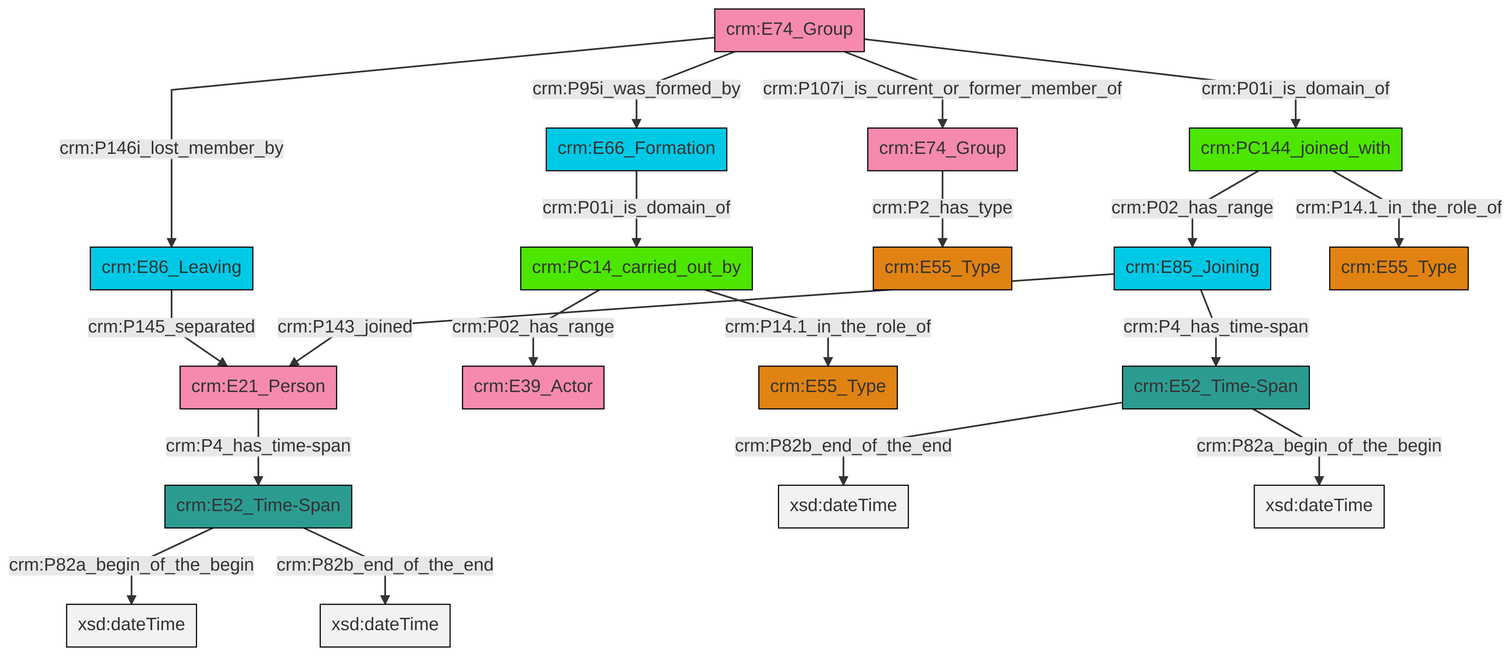
swiss-art-research-net/reference-data-models keeps this Mermaid diagram as et/groupCSV/ttl/mmd/png/group_actor_relations.png. Above is the earlier version. Its source is kept beside it as et/groupCSV/ttl/mmd/group_actor_relations.ttl.mmd. Source of this version:
```mermaid
graph TD
classDef Literal fill:#f2f2f2,stroke:#000000;
classDef CRM_Entity fill:#FFFFFF,stroke:#000000;
classDef Temporal_Entity fill:#00C9E6, stroke:#000000;
classDef Type fill:#E18312, stroke:#000000;
classDef Time-Span fill:#2C9C91, stroke:#000000;
classDef Appellation fill:#FFEB7F, stroke:#000000;
classDef Place fill:#008836, stroke:#000000;
classDef Persistent_Item fill:#B266B2, stroke:#000000;
classDef Conceptual_Object fill:#FFD700, stroke:#000000;
classDef Physical_Thing fill:#D2B48C, stroke:#000000;
classDef Actor fill:#f58aad, stroke:#000000;
classDef PC_Classes fill:#4ce600, stroke:#000000;
classDef Multi fill:#cccccc,stroke:#000000;

0["crm:E21_Person"]:::Actor -->|crm:P4_has_time-span| 1["crm:E52_Time-Span"]:::Time-Span
4["crm:PC14_carried_out_by"]:::PC_Classes -->|crm:P02_has_range| 2["crm:E39_Actor"]:::Actor
5["crm:E86_Leaving"]:::Temporal_Entity -->|crm:P145_separated| 0["crm:E21_Person"]:::Actor
8["crm:E66_Formation"]:::Temporal_Entity -->|crm:P01i_is_domain_of| 4["crm:PC14_carried_out_by"]:::PC_Classes
14["crm:E52_Time-Span"]:::Time-Span -->|crm:P82b_end_of_the_end| 16[xsd:dateTime]:::Literal
12["crm:E74_Group"]:::Actor -->|crm:P107i_is_current_or_former_member_of| 18["crm:E74_Group"]:::Actor
19["crm:PC144_joined_with"]:::PC_Classes -->|crm:P02_has_range| 20["crm:E85_Joining"]:::Temporal_Entity
12["crm:E74_Group"]:::Actor -->|crm:P01i_is_domain_of| 19["crm:PC144_joined_with"]:::PC_Classes
1["crm:E52_Time-Span"]:::Time-Span -->|crm:P82a_begin_of_the_begin| 24[xsd:dateTime]:::Literal
1["crm:E52_Time-Span"]:::Time-Span -->|crm:P82b_end_of_the_end| 25[xsd:dateTime]:::Literal
19["crm:PC144_joined_with"]:::PC_Classes -->|crm:P14.1_in_the_role_of| 26["crm:E55_Type"]:::Type
4["crm:PC14_carried_out_by"]:::PC_Classes -->|crm:P14.1_in_the_role_of| 6["crm:E55_Type"]:::Type
20["crm:E85_Joining"]:::Temporal_Entity -->|crm:P4_has_time-span| 14["crm:E52_Time-Span"]:::Time-Span
20["crm:E85_Joining"]:::Temporal_Entity -->|crm:P143_joined| 0["crm:E21_Person"]:::Actor
12["crm:E74_Group"]:::Actor -->|crm:P95i_was_formed_by| 8["crm:E66_Formation"]:::Temporal_Entity
18["crm:E74_Group"]:::Actor -->|crm:P2_has_type| 10["crm:E55_Type"]:::Type
14["crm:E52_Time-Span"]:::Time-Span -->|crm:P82a_begin_of_the_begin| 33[xsd:dateTime]:::Literal
12["crm:E74_Group"]:::Actor -->|crm:P146i_lost_member_by| 5["crm:E86_Leaving"]:::Temporal_Entity
```
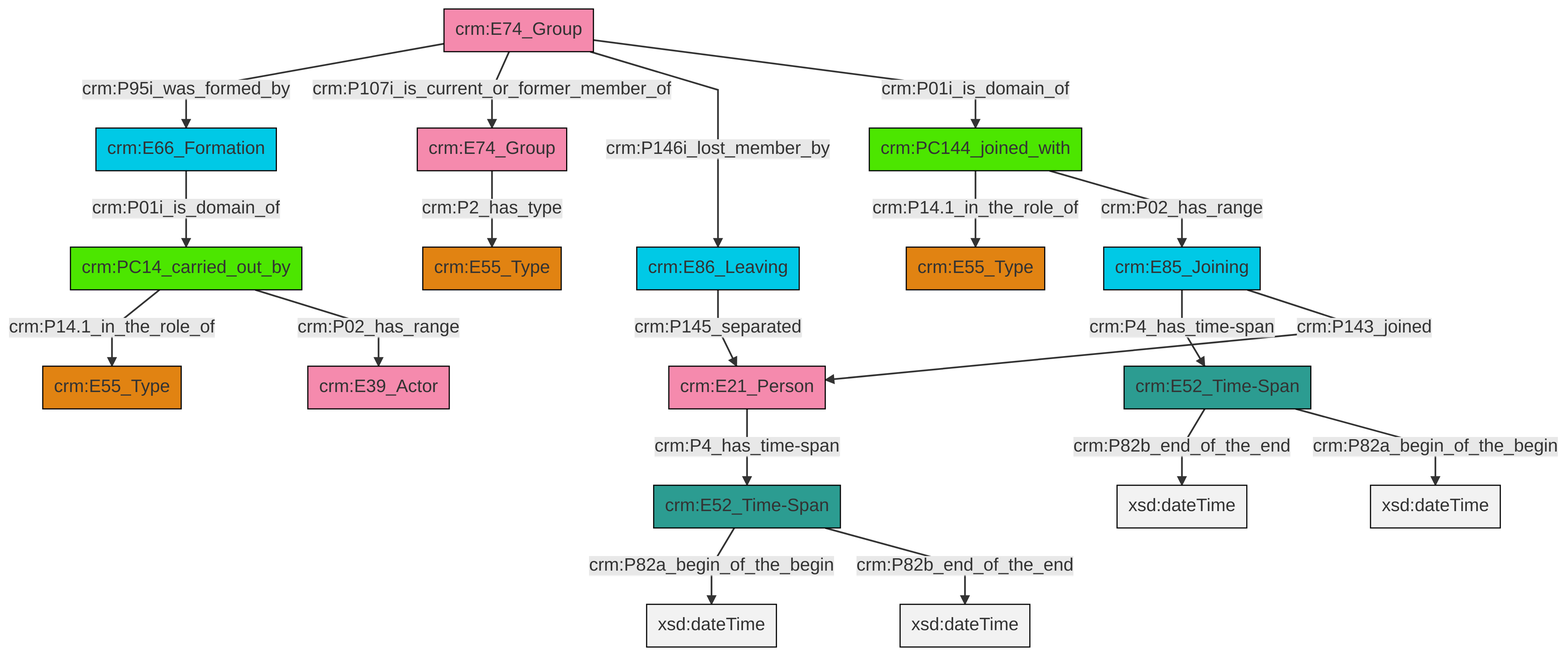
Later version of the same file.

The edit, as a diff of the source:
```diff
@@ -13,21 +13,21 @@
 classDef PC_Classes fill:#4ce600, stroke:#000000;
 classDef Multi fill:#cccccc,stroke:#000000;
 
-0["crm:E21_Person"]:::Actor -->|crm:P4_has_time-span| 1["crm:E52_Time-Span"]:::Time-Span
-4["crm:PC14_carried_out_by"]:::PC_Classes -->|crm:P02_has_range| 2["crm:E39_Actor"]:::Actor
-5["crm:E86_Leaving"]:::Temporal_Entity -->|crm:P145_separated| 0["crm:E21_Person"]:::Actor
-8["crm:E66_Formation"]:::Temporal_Entity -->|crm:P01i_is_domain_of| 4["crm:PC14_carried_out_by"]:::PC_Classes
-14["crm:E52_Time-Span"]:::Time-Span -->|crm:P82b_end_of_the_end| 16[xsd:dateTime]:::Literal
-12["crm:E74_Group"]:::Actor -->|crm:P107i_is_current_or_former_member_of| 18["crm:E74_Group"]:::Actor
-19["crm:PC144_joined_with"]:::PC_Classes -->|crm:P02_has_range| 20["crm:E85_Joining"]:::Temporal_Entity
-12["crm:E74_Group"]:::Actor -->|crm:P01i_is_domain_of| 19["crm:PC144_joined_with"]:::PC_Classes
-1["crm:E52_Time-Span"]:::Time-Span -->|crm:P82a_begin_of_the_begin| 24[xsd:dateTime]:::Literal
-1["crm:E52_Time-Span"]:::Time-Span -->|crm:P82b_end_of_the_end| 25[xsd:dateTime]:::Literal
-19["crm:PC144_joined_with"]:::PC_Classes -->|crm:P14.1_in_the_role_of| 26["crm:E55_Type"]:::Type
-4["crm:PC14_carried_out_by"]:::PC_Classes -->|crm:P14.1_in_the_role_of| 6["crm:E55_Type"]:::Type
-20["crm:E85_Joining"]:::Temporal_Entity -->|crm:P4_has_time-span| 14["crm:E52_Time-Span"]:::Time-Span
-20["crm:E85_Joining"]:::Temporal_Entity -->|crm:P143_joined| 0["crm:E21_Person"]:::Actor
-12["crm:E74_Group"]:::Actor -->|crm:P95i_was_formed_by| 8["crm:E66_Formation"]:::Temporal_Entity
-18["crm:E74_Group"]:::Actor -->|crm:P2_has_type| 10["crm:E55_Type"]:::Type
-14["crm:E52_Time-Span"]:::Time-Span -->|crm:P82a_begin_of_the_begin| 33[xsd:dateTime]:::Literal
-12["crm:E74_Group"]:::Actor -->|crm:P146i_lost_member_by| 5["crm:E86_Leaving"]:::Temporal_Entity
+0["crm:PC14_carried_out_by"]:::PC_Classes -->|crm:P14.1_in_the_role_of| 1["crm:E55_Type"]:::Type
+2["crm:PC144_joined_with"]:::PC_Classes -->|crm:P14.1_in_the_role_of| 3["crm:E55_Type"]:::Type
+2["crm:PC144_joined_with"]:::PC_Classes -->|crm:P02_has_range| 4["crm:E85_Joining"]:::Temporal_Entity
+6["crm:E74_Group"]:::Actor -->|crm:P2_has_type| 7["crm:E55_Type"]:::Type
+8["crm:E74_Group"]:::Actor -->|crm:P95i_was_formed_by| 9["crm:E66_Formation"]:::Temporal_Entity
+8["crm:E74_Group"]:::Actor -->|crm:P107i_is_current_or_former_member_of| 6["crm:E74_Group"]:::Actor
+8["crm:E74_Group"]:::Actor -->|crm:P146i_lost_member_by| 16["crm:E86_Leaving"]:::Temporal_Entity
+4["crm:E85_Joining"]:::Temporal_Entity -->|crm:P4_has_time-span| 14["crm:E52_Time-Span"]:::Time-Span
+8["crm:E74_Group"]:::Actor -->|crm:P01i_is_domain_of| 2["crm:PC144_joined_with"]:::PC_Classes
+0["crm:PC14_carried_out_by"]:::PC_Classes -->|crm:P02_has_range| 22["crm:E39_Actor"]:::Actor
+9["crm:E66_Formation"]:::Temporal_Entity -->|crm:P01i_is_domain_of| 0["crm:PC14_carried_out_by"]:::PC_Classes
+14["crm:E52_Time-Span"]:::Time-Span -->|crm:P82b_end_of_the_end| 29[xsd:dateTime]:::Literal
+18["crm:E52_Time-Span"]:::Time-Span -->|crm:P82a_begin_of_the_begin| 30[xsd:dateTime]:::Literal
+4["crm:E85_Joining"]:::Temporal_Entity -->|crm:P143_joined| 12["crm:E21_Person"]:::Actor
+16["crm:E86_Leaving"]:::Temporal_Entity -->|crm:P145_separated| 12["crm:E21_Person"]:::Actor
+14["crm:E52_Time-Span"]:::Time-Span -->|crm:P82a_begin_of_the_begin| 32[xsd:dateTime]:::Literal
+18["crm:E52_Time-Span"]:::Time-Span -->|crm:P82b_end_of_the_end| 33[xsd:dateTime]:::Literal
+12["crm:E21_Person"]:::Actor -->|crm:P4_has_time-span| 18["crm:E52_Time-Span"]:::Time-Span
```
